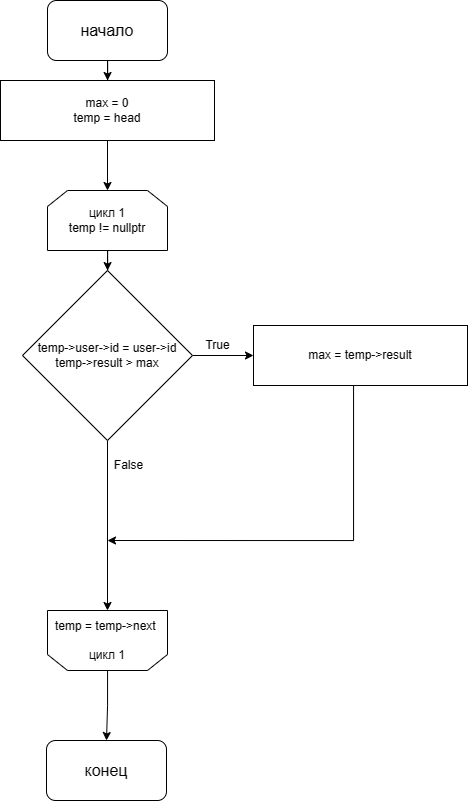
Before: Diagrams/LinearFind.png, a diagram exported from draw.io (alrx31/ExamineConstructor). Source tidied: cells renumbered, new cells last; positions are measured from the earlier drawing's top-left corner, leaving out a move shared by most shapes. Source of this version:
```xml
<mxGraphModel>
  <root>
    <mxCell id="0" />
    <mxCell id="1" parent="0" />
    <mxCell id="2" style="edgeStyle=orthogonalEdgeStyle;rounded=0;jettySize=auto;html=1;" parent="1" edge="1" source="3" target="5">
      <mxGeometry relative="1" as="geometry" />
    </mxCell>
    <mxCell id="3" value="&lt;font style=&quot;font-size: 16px;&quot;&gt;начало&lt;/font&gt;" style="rounded=1;whiteSpace=wrap;html=1;" parent="1" vertex="1">
      <mxGeometry x="47" width="120" height="60" as="geometry" />
    </mxCell>
    <mxCell id="4" style="edgeStyle=orthogonalEdgeStyle;rounded=0;jettySize=auto;html=1;" parent="1" edge="1" source="5" target="7">
      <mxGeometry relative="1" as="geometry" />
    </mxCell>
    <mxCell id="5" value="max = 0&lt;div&gt;temp = head&lt;/div&gt;" style="rounded=0;whiteSpace=wrap;html=1;" parent="1" vertex="1">
      <mxGeometry y="80" width="214" height="60" as="geometry" />
    </mxCell>
    <mxCell id="6" style="edgeStyle=orthogonalEdgeStyle;rounded=0;jettySize=auto;html=1;" parent="1" edge="1" source="7" target="12">
      <mxGeometry relative="1" as="geometry" />
    </mxCell>
    <mxCell id="7" value="цикл 1&lt;br style=&quot;font-size: 12px;&quot;&gt;temp != nullptr" style="shape=loopLimit;whiteSpace=wrap;html=1;fontSize=12;fontStyle=0;" parent="1" vertex="1">
      <mxGeometry x="47" y="190" width="120" height="60" as="geometry" />
    </mxCell>
    <mxCell id="8" style="edgeStyle=orthogonalEdgeStyle;rounded=0;jettySize=auto;html=1;" parent="1" edge="1" source="9" target="17">
      <mxGeometry relative="1" as="geometry" />
    </mxCell>
    <mxCell id="9" value="temp = temp-&amp;gt;next&amp;nbsp;&lt;br style=&quot;font-size: 12px;&quot;&gt;&lt;br style=&quot;font-size: 12px;&quot;&gt;цикл 1" style="shape=loopLimit;whiteSpace=wrap;html=1;direction=west;fontSize=12;fontStyle=0;" parent="1" vertex="1">
      <mxGeometry x="47" y="610" width="120" height="60" as="geometry" />
    </mxCell>
    <mxCell id="10" style="edgeStyle=orthogonalEdgeStyle;rounded=0;jettySize=auto;html=1;" parent="1" edge="1" source="12" target="9">
      <mxGeometry relative="1" as="geometry" />
    </mxCell>
    <mxCell id="11" style="edgeStyle=orthogonalEdgeStyle;rounded=0;jettySize=auto;html=1;" parent="1" edge="1" source="12" target="14">
      <mxGeometry relative="1" as="geometry" />
    </mxCell>
    <mxCell id="12" value="temp-&amp;gt;user-&amp;gt;id = user-&amp;gt;id&lt;div&gt;temp-&amp;gt;result &amp;gt; max&lt;/div&gt;" style="rhombus;whiteSpace=wrap;html=1;fontSize=12;" parent="1" vertex="1">
      <mxGeometry x="22" y="270" width="170" height="170" as="geometry" />
    </mxCell>
    <mxCell id="13" style="edgeStyle=orthogonalEdgeStyle;rounded=0;jettySize=auto;html=1;" parent="1" edge="1" source="14">
      <mxGeometry relative="1" as="geometry">
        <mxPoint x="107" y="540" as="targetPoint" />
        <Array as="points">
          <mxPoint x="353" y="540" />
        </Array>
      </mxGeometry>
    </mxCell>
    <mxCell id="14" value="max = temp-&amp;gt;result" style="rounded=0;whiteSpace=wrap;html=1;" parent="1" vertex="1">
      <mxGeometry x="253" y="325" width="214" height="60" as="geometry" />
    </mxCell>
    <mxCell id="15" value="True" style="text;html=1;align=center;verticalAlign=middle;strokeColor=none;fillColor=none;" parent="1" vertex="1">
      <mxGeometry x="192" y="330" width="50" height="30" as="geometry" />
    </mxCell>
    <mxCell id="16" value="False" style="text;html=1;align=center;verticalAlign=middle;strokeColor=none;fillColor=none;" parent="1" vertex="1">
      <mxGeometry x="103" y="450" width="50" height="30" as="geometry" />
    </mxCell>
    <mxCell id="17" value="&lt;span style=&quot;font-size: 16px;&quot;&gt;конец&lt;/span&gt;" style="rounded=1;whiteSpace=wrap;html=1;" parent="1" vertex="1">
      <mxGeometry x="46" y="740" width="120" height="60" as="geometry" />
    </mxCell>
  </root>
</mxGraphModel>
```
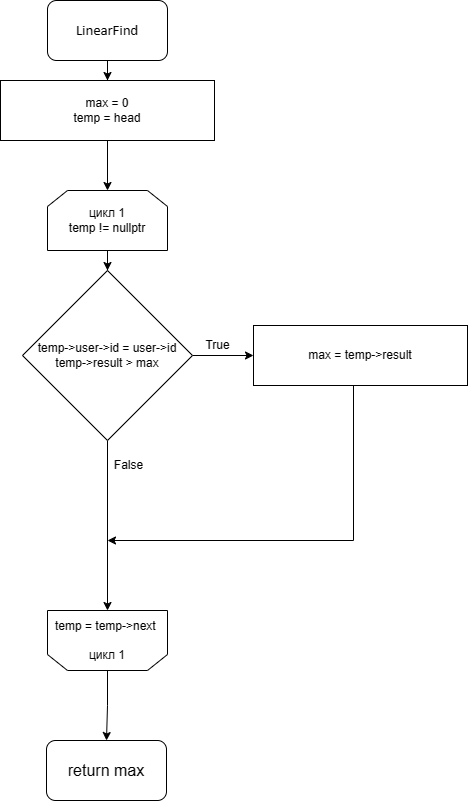
The same file after the commit.

Diff of the diagram source:
```diff
@@ -5,7 +5,7 @@
     <mxCell id="2" style="edgeStyle=orthogonalEdgeStyle;rounded=0;jettySize=auto;html=1;" parent="1" edge="1" source="3" target="5">
       <mxGeometry relative="1" as="geometry" />
     </mxCell>
-    <mxCell id="3" value="&lt;font style=&quot;font-size: 16px;&quot;&gt;начало&lt;/font&gt;" style="rounded=1;whiteSpace=wrap;html=1;" parent="1" vertex="1">
+    <mxCell id="3" value="&lt;span style=&quot;font-size: 11pt; line-height: 107%; font-family: Calibri, sans-serif;&quot; lang=&quot;RU&quot;&gt;LinearFind&lt;/span&gt;&lt;span style=&quot;font-size:11.0pt;line-height:107%;font-family:&amp;quot;Calibri&amp;quot;,sans-serif;&lt;br/&gt;mso-ascii-theme-font:minor-latin;mso-fareast-font-family:Calibri;mso-fareast-theme-font:&lt;br/&gt;minor-latin;mso-hansi-theme-font:minor-latin;mso-bidi-font-family:&amp;quot;Times New Roman&amp;quot;;&lt;br/&gt;mso-bidi-theme-font:minor-bidi;mso-ansi-language:RU;mso-fareast-language:EN-US;&lt;br/&gt;mso-bidi-language:AR-SA&quot; lang=&quot;RU&quot;&gt;&lt;/span&gt;" style="rounded=1;whiteSpace=wrap;html=1;" parent="1" vertex="1">
       <mxGeometry x="47" width="120" height="60" as="geometry" />
     </mxCell>
     <mxCell id="4" style="edgeStyle=orthogonalEdgeStyle;rounded=0;jettySize=auto;html=1;" parent="1" edge="1" source="5" target="7">
@@ -52,7 +52,7 @@
     <mxCell id="16" value="False" style="text;html=1;align=center;verticalAlign=middle;strokeColor=none;fillColor=none;" parent="1" vertex="1">
       <mxGeometry x="103" y="450" width="50" height="30" as="geometry" />
     </mxCell>
-    <mxCell id="17" value="&lt;span style=&quot;font-size: 16px;&quot;&gt;конец&lt;/span&gt;" style="rounded=1;whiteSpace=wrap;html=1;" parent="1" vertex="1">
+    <mxCell id="17" value="&lt;span style=&quot;font-size: 16px;&quot;&gt;return max&lt;/span&gt;" style="rounded=1;whiteSpace=wrap;html=1;" parent="1" vertex="1">
       <mxGeometry x="46" y="740" width="120" height="60" as="geometry" />
     </mxCell>
   </root>
```
